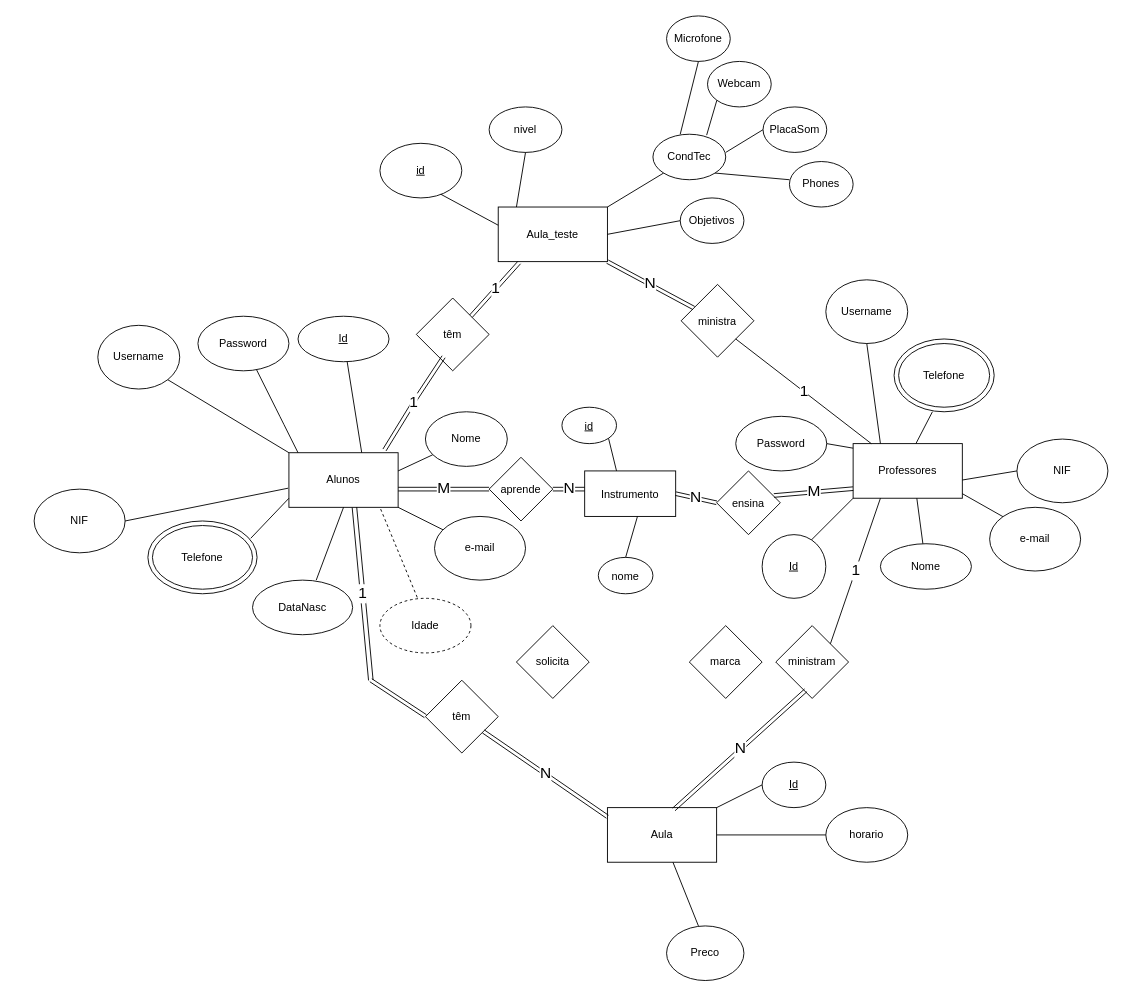
brenexvex/firstproject keeps this draw.io diagram as Modelo_inicial.drawio. Above is the earlier version. Source tidied: cells renumbered, new cells numbered last; positions are measured from the earlier drawing's top-left corner, leaving out a move shared by most shapes. Both pictures are drawn from the tidied source at 91%, with x=0, y=0 at pixel (34, 15).
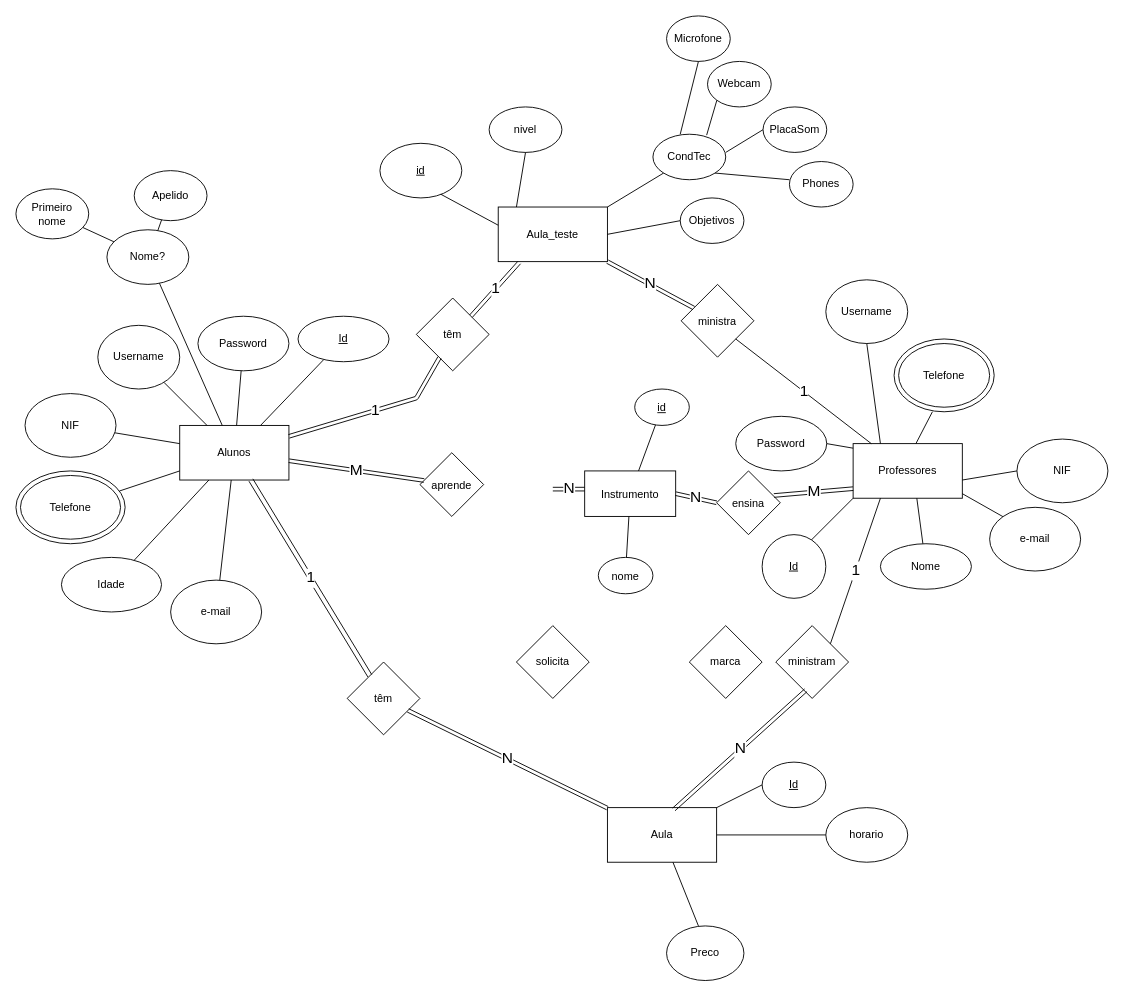
The same page after the edit.

Unchanged cells that the change refers to:
```xml
<mxCell id="4" value="&lt;u&gt;Id&lt;/u&gt;" style="ellipse;whiteSpace=wrap;html=1;" parent="1" vertex="1">
  <mxGeometry x="290" y="330" width="100" height="50" as="geometry" />
</mxCell>
<mxCell id="10" value="Password" style="ellipse;whiteSpace=wrap;html=1;" parent="1" vertex="1">
  <mxGeometry x="180" y="330" width="100" height="60" as="geometry" />
</mxCell>
<mxCell id="25" value="Aula" style="rounded=0;whiteSpace=wrap;html=1;" parent="1" vertex="1">
  <mxGeometry x="630" y="870" width="120" height="60" as="geometry" />
</mxCell>
<mxCell id="30" value="Username" style="ellipse;whiteSpace=wrap;html=1;" parent="1" vertex="1">
  <mxGeometry x="70" y="340" width="90" height="70" as="geometry" />
</mxCell>
<mxCell id="68" value="têm" style="rhombus;whiteSpace=wrap;html=1;" parent="1" vertex="1">
  <mxGeometry x="420" y="310" width="80" height="80" as="geometry" />
</mxCell>
<mxCell id="75" value="&lt;font style=&quot;font-size: 12px&quot;&gt;Instrumento&lt;/font&gt;" style="rounded=0;whiteSpace=wrap;html=1;fontSize=17;" parent="1" vertex="1">
  <mxGeometry x="605" y="500" width="100" height="50" as="geometry" />
</mxCell>
<mxCell id="84" value="&lt;font style=&quot;font-size: 12px&quot;&gt;nome&lt;/font&gt;" style="ellipse;whiteSpace=wrap;html=1;fontSize=17;" parent="1" vertex="1">
  <mxGeometry x="620" y="595" width="60" height="40" as="geometry" />
</mxCell>
```

What changed in the source:
```diff
@@
     <mxCell id="2" value="Alunos" style="rounded=0;whiteSpace=wrap;html=1;" parent="1" vertex="1">
-      <mxGeometry x="280" y="480" width="120" height="60" as="geometry" />
+      <mxGeometry x="160" y="450" width="120" height="60" as="geometry" />
     </mxCell>
-    <mxCell id="3" style="endArrow=none;html=1;" parent="1" edge="1" target="4">
-      <mxGeometry relative="1" as="geometry">
-        <mxPoint x="360" y="480" as="sourcePoint" />
-      </mxGeometry>
+    <mxCell id="3" style="endArrow=none;html=1;" parent="1" edge="1" source="2" target="4">
+      <mxGeometry relative="1" as="geometry" />
     </mxCell>
@@
-    <mxCell id="5" style="endArrow=none;html=1;" parent="1" edge="1" target="6">
-      <mxGeometry relative="1" as="geometry">
-        <mxPoint x="400" y="500" as="sourcePoint" />
-      </mxGeometry>
+    <mxCell id="5" style="endArrow=none;html=1;" parent="1" edge="1" source="2" target="6">
+      <mxGeometry relative="1" as="geometry" />
     </mxCell>
-    <mxCell id="6" value="Nome" style="ellipse;whiteSpace=wrap;html=1;" parent="1" vertex="1">
-      <mxGeometry x="430" y="435" width="90" height="60" as="geometry" />
+    <mxCell id="6" value="Nome?" style="ellipse;whiteSpace=wrap;html=1;" parent="1" vertex="1">
+      <mxGeometry x="80" y="235" width="90" height="60" as="geometry" />
     </mxCell>
-    <mxCell id="7" style="endArrow=none;html=1;exitX=1;exitY=1;exitDx=0;exitDy=0;" parent="1" edge="1" source="2" target="8">
+    <mxCell id="7" style="endArrow=none;html=1;" parent="1" edge="1" source="2" target="8">
       <mxGeometry relative="1" as="geometry" />
     </mxCell>
     <mxCell id="8" value="e-mail" style="ellipse;whiteSpace=wrap;html=1;" parent="1" vertex="1">
-      <mxGeometry x="440" y="550" width="100" height="70" as="geometry" />
+      <mxGeometry x="150" y="620" width="100" height="70" as="geometry" />
     </mxCell>
-    <mxCell id="9" style="endArrow=none;html=1;" parent="1" edge="1" target="10">
-      <mxGeometry relative="1" as="geometry">
-        <mxPoint x="290" y="480" as="sourcePoint" />
-        <Array as="points">
-          <mxPoint x="270" y="440" />
-        </Array>
-      </mxGeometry>
-    </mxCell>
@@
-    <mxCell id="11" style="endArrow=none;html=1;exitX=0.942;exitY=0.238;exitDx=0;exitDy=0;exitPerimeter=0;" parent="1" edge="1" source="13">
-      <mxGeometry relative="1" as="geometry">
-        <mxPoint x="280" y="530" as="targetPoint" />
-      </mxGeometry>
+    <mxCell id="11" style="endArrow=none;html=1;" parent="1" edge="1" source="13" target="2">
+      <mxGeometry relative="1" as="geometry" />
     </mxCell>
     <mxCell id="12" value="Telefone" style="ellipse;whiteSpace=wrap;html=1;perimeterSpacing=0;shadow=0;sketch=0;strokeWidth=1;gradientDirection=east;" parent="1" vertex="1">
-      <mxGeometry x="130" y="560" width="110" height="70" as="geometry" />
+      <mxGeometry x="-15" y="505" width="110" height="70" as="geometry" />
     </mxCell>
     <mxCell id="13" style="ellipse;whiteSpace=wrap;html=1;rounded=0;sketch=0;fillColor=none;" parent="1" vertex="1">
-      <mxGeometry x="125" y="555" width="120" height="80" as="geometry" />
+      <mxGeometry x="-20" y="500" width="120" height="80" as="geometry" />
     </mxCell>
-    <mxCell id="14" style="endArrow=none;html=1;entryX=0.5;entryY=1;entryDx=0;entryDy=0;" parent="1" edge="1" target="2">
-      <mxGeometry relative="1" as="geometry">
-        <mxPoint x="310" y="620" as="sourcePoint" />
-      </mxGeometry>
+    <mxCell id="14" style="endArrow=none;html=1;" parent="1" edge="1" source="15" target="2">
+      <mxGeometry relative="1" as="geometry" />
     </mxCell>
-    <mxCell id="15" value="DataNasc" style="ellipse;whiteSpace=wrap;html=1;rounded=0;sketch=0;" parent="1" vertex="1">
-      <mxGeometry x="240" y="620" width="110" height="60" as="geometry" />
+    <mxCell id="15" value="Idade" style="ellipse;whiteSpace=wrap;html=1;rounded=0;sketch=0;" parent="1" vertex="1">
+      <mxGeometry x="30" y="595" width="110" height="60" as="geometry" />
     </mxCell>
-    <mxCell id="16" value="Idade" style="ellipse;whiteSpace=wrap;html=1;rounded=0;sketch=0;dashed=1;" parent="1" vertex="1">
-      <mxGeometry x="380" y="640" width="100" height="60" as="geometry" />
-    </mxCell>
-    <mxCell id="17" style="endArrow=none;dashed=1;html=1;exitX=0.41;exitY=-0.017;exitDx=0;exitDy=0;exitPerimeter=0;" parent="1" edge="1" source="16">
-      <mxGeometry relative="1" as="geometry">
-        <mxPoint x="380" y="540" as="targetPoint" />
-      </mxGeometry>
-    </mxCell>
@@
     <mxCell id="29" value="têm" style="rhombus;whiteSpace=wrap;html=1;" parent="1" vertex="1">
-      <mxGeometry x="430" y="730" width="80" height="80" as="geometry" />
+      <mxGeometry x="344" y="710" width="80" height="80" as="geometry" />
     </mxCell>
@@
-    <mxCell id="31" style="endArrow=none;html=1;entryX=1;entryY=1;entryDx=0;entryDy=0;" parent="1" edge="1" target="30">
-      <mxGeometry relative="1" as="geometry">
-        <mxPoint x="280" y="480" as="sourcePoint" />
-      </mxGeometry>
+    <mxCell id="31" style="endArrow=none;html=1;" parent="1" edge="1" source="2" target="30">
+      <mxGeometry relative="1" as="geometry" />
     </mxCell>
@@
-    <mxCell id="39" value="1" style="shape=link;html=1;exitX=0.6;exitY=1;exitDx=0;exitDy=0;exitPerimeter=0;width=5;fontSize=17;" parent="1" edge="1" source="2">
-      <mxGeometry relative="1" as="geometry">
-        <mxPoint x="370" y="730" as="targetPoint" />
-      </mxGeometry>
+    <mxCell id="39" value="1" style="shape=link;html=1;width=5;fontSize=17;" parent="1" edge="1" source="2" target="29">
+      <mxGeometry relative="1" as="geometry" />
     </mxCell>
-    <mxCell id="40" style="shape=link;html=1;" parent="1" edge="1">
-      <mxGeometry relative="1" as="geometry">
-        <mxPoint x="370" y="730" as="sourcePoint" />
-        <mxPoint x="430" y="769.5" as="targetPoint" />
-      </mxGeometry>
-    </mxCell>
-    <mxCell id="41" value="N" style="shape=link;html=1;endSize=6;fontSize=17;" parent="1" edge="1" source="29">
-      <mxGeometry relative="1" as="geometry">
-        <mxPoint x="630" y="880" as="targetPoint" />
-      </mxGeometry>
+    <mxCell id="41" value="N" style="shape=link;html=1;endSize=6;fontSize=17;" parent="1" edge="1" source="29" target="25">
+      <mxGeometry relative="1" as="geometry" />
     </mxCell>
@@
     <mxCell id="46" value="NIF" style="ellipse;whiteSpace=wrap;html=1;fontSize=12;" parent="1" vertex="1">
-      <mxGeometry y="520" width="100" height="70" as="geometry" />
+      <mxGeometry x="-10" y="415" width="100" height="70" as="geometry" />
     </mxCell>
-    <mxCell id="47" style="endArrow=none;html=1;fontSize=12;entryX=-0.008;entryY=0.65;entryDx=0;entryDy=0;entryPerimeter=0;" parent="1" edge="1" target="2">
-      <mxGeometry relative="1" as="geometry">
-        <mxPoint x="100" y="555" as="sourcePoint" />
-      </mxGeometry>
+    <mxCell id="47" style="endArrow=none;html=1;fontSize=12;" parent="1" edge="1" source="46" target="2">
+      <mxGeometry relative="1" as="geometry" />
     </mxCell>
@@
-    <mxCell id="69" value="1" style="shape=link;html=1;exitX=0.875;exitY=-0.05;exitDx=0;exitDy=0;exitPerimeter=0;fontSize=17;" parent="1" edge="1" source="2">
+    <mxCell id="69" value="1" style="shape=link;html=1;fontSize=17;" parent="1" edge="1" source="2" target="68">
       <mxGeometry relative="1" as="geometry">
-        <mxPoint x="450" y="374.5" as="targetPoint" />
         <Array as="points">
           <mxPoint x="420" y="420" />
         </Array>
       </mxGeometry>
     </mxCell>
@@
     <mxCell id="76" value="&lt;font style=&quot;font-size: 12px&quot;&gt;aprende&lt;/font&gt;" style="rhombus;whiteSpace=wrap;html=1;fontSize=17;" parent="1" vertex="1">
-      <mxGeometry x="500" y="485" width="70" height="70" as="geometry" />
+      <mxGeometry x="424" y="480" width="70" height="70" as="geometry" />
     </mxCell>
@@
-    <mxCell id="78" value="M" style="shape=link;html=1;fontSize=17;" parent="1" edge="1">
-      <mxGeometry relative="1" as="geometry">
-        <mxPoint x="400" y="520" as="sourcePoint" />
-        <mxPoint x="500" y="520" as="targetPoint" />
-      </mxGeometry>
+    <mxCell id="78" value="M" style="shape=link;html=1;fontSize=17;" parent="1" edge="1" source="2" target="76">
+      <mxGeometry relative="1" as="geometry" />
     </mxCell>
@@
     <mxCell id="82" value="&lt;font style=&quot;font-size: 12px&quot;&gt;&lt;u&gt;id&lt;/u&gt;&lt;/font&gt;" style="ellipse;whiteSpace=wrap;html=1;fontSize=17;" parent="1" vertex="1">
-      <mxGeometry x="580" y="430" width="60" height="40" as="geometry" />
+      <mxGeometry x="660" y="410" width="60" height="40" as="geometry" />
     </mxCell>
-    <mxCell id="83" style="endArrow=none;html=1;fontSize=17;entryX=1;entryY=1;entryDx=0;entryDy=0;" parent="1" edge="1" target="82">
-      <mxGeometry relative="1" as="geometry">
-        <mxPoint x="640" y="500" as="sourcePoint" />
-      </mxGeometry>
+    <mxCell id="83" style="endArrow=none;html=1;fontSize=17;" parent="1" edge="1" source="75" target="82">
+      <mxGeometry relative="1" as="geometry" />
     </mxCell>
@@
-    <mxCell id="85" style="endArrow=none;html=1;fontSize=17;entryX=0.58;entryY=1;entryDx=0;entryDy=0;entryPerimeter=0;" parent="1" edge="1" target="75">
-      <mxGeometry relative="1" as="geometry">
-        <mxPoint x="650" y="595" as="sourcePoint" />
-      </mxGeometry>
+    <mxCell id="85" style="endArrow=none;html=1;fontSize=17;" parent="1" edge="1" source="84" target="75">
+      <mxGeometry relative="1" as="geometry" />
     </mxCell>
@@
+    <mxCell id="88" value="Primeiro nome" style="ellipse;whiteSpace=wrap;html=1;" parent="1" vertex="1">
+      <mxGeometry x="-20" y="190" width="80" height="55" as="geometry" />
+    </mxCell>
+    <mxCell id="89" value="Apelido" style="ellipse;whiteSpace=wrap;html=1;" parent="1" vertex="1">
+      <mxGeometry x="110" y="170" width="80" height="55" as="geometry" />
+    </mxCell>
+    <mxCell id="90" style="endArrow=none;html=1;" parent="1" edge="1" source="6" target="88">
+      <mxGeometry relative="1" as="geometry" />
+    </mxCell>
+    <mxCell id="91" style="endArrow=none;html=1;" parent="1" edge="1" source="6" target="89">
+      <mxGeometry relative="1" as="geometry" />
+    </mxCell>
+    <mxCell id="92" style="endArrow=none;html=1;" parent="1" edge="1" source="2" target="10">
+      <mxGeometry relative="1" as="geometry" />
+    </mxCell>
```
